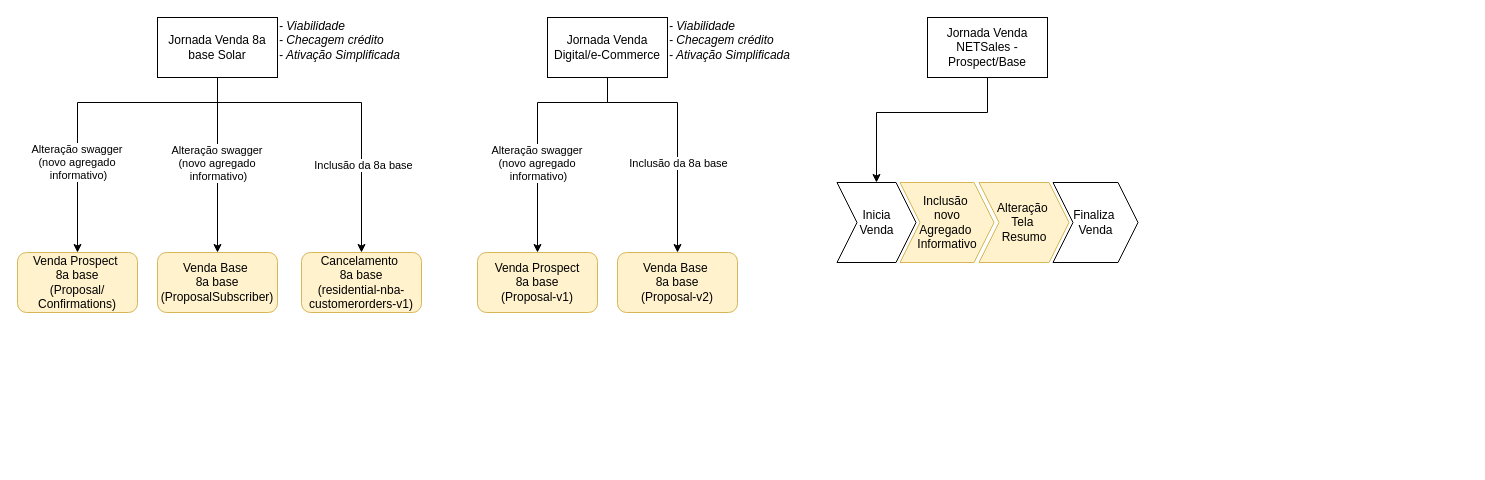
Earlier version of the draw.io diagram 129734 - FWA em Áreas não Cabeadas.drawio (samirali/ClaroBrasil). Source tidied: cells renumbered, new cells numbered last; positions are measured from the earlier drawing's top-left corner, leaving out a move shared by most shapes. Both pictures are drawn from the tidied source at 100%, with x=0, y=0 at pixel (17, 17).
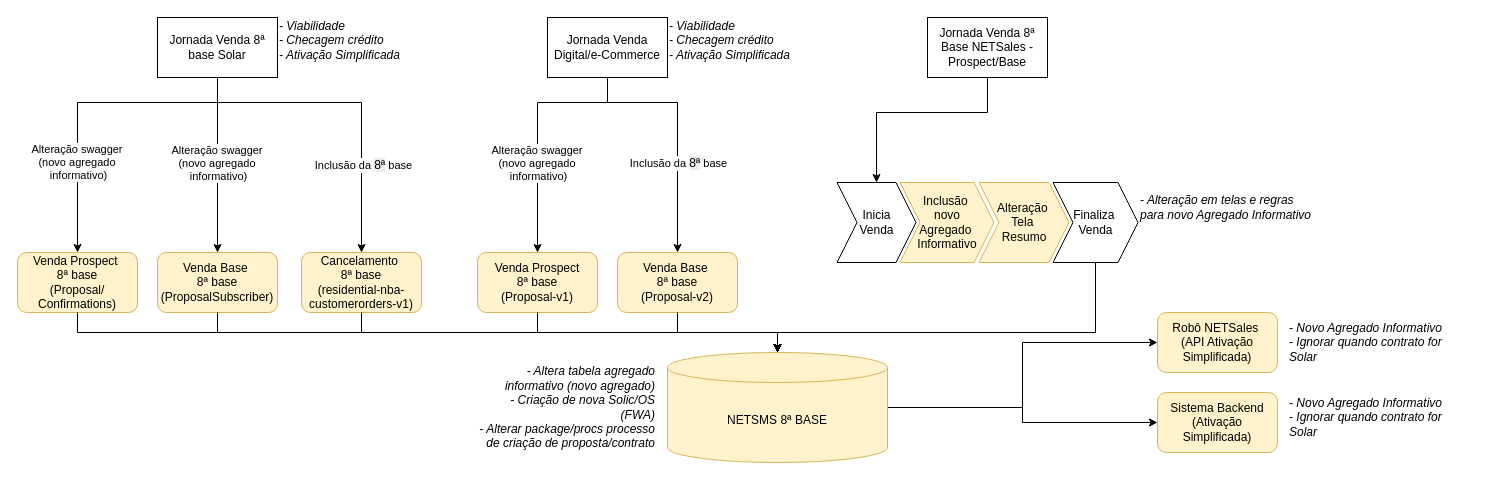
The same diagram, later.

Unchanged cells that the change refers to:
```xml
<mxCell id="6" style="edgeStyle=orthogonalEdgeStyle;rounded=0;jettySize=auto;html=1;entryX=0.5;entryY=0;entryDx=0;entryDy=0;" parent="1" edge="1" source="8" target="16">
  <mxGeometry relative="1" as="geometry">
    <Array as="points">
      <mxPoint x="200" y="85" />
      <mxPoint x="344" y="85" />
    </Array>
  </mxGeometry>
</mxCell>
<mxCell id="27" value="Finaliza&amp;nbsp;&lt;div&gt;Venda&lt;/div&gt;" style="shape=step;perimeter=stepPerimeter;whiteSpace=wrap;html=1;fixedSize=1;" parent="1" vertex="1">
  <mxGeometry x="1035.5" y="165" width="85" height="80" as="geometry" />
</mxCell>
```

The edit, as a diff of the source:
```diff
@@
-    <mxCell id="7" value="Inclusão da 8a base" style="edgeLabel;html=1;align=center;verticalAlign=middle;" parent="6" vertex="1">
+    <mxCell id="7" value="Inclusão da&amp;nbsp;&lt;span style=&quot;font-size: 12px; text-wrap-mode: wrap; background-color: rgb(236, 236, 236);&quot;&gt;8ª&lt;/span&gt;&amp;nbsp;base" style="edgeLabel;html=1;align=center;verticalAlign=middle;" parent="6" vertex="1">
       <mxGeometry x="0.45" y="1" relative="1" as="geometry" />
     </mxCell>
-    <mxCell id="8" value="Jornada Venda 8a base Solar" style="rounded=0;whiteSpace=wrap;html=1;" parent="1" vertex="1">
+    <mxCell id="8" value="Jornada Venda 8ª base Solar" style="rounded=0;whiteSpace=wrap;html=1;" parent="1" vertex="1">
       <mxGeometry x="140" width="120" height="60" as="geometry" />
     </mxCell>
@@
-    <mxCell id="13" value="Jornada Venda NETSales - Prospect/Base" style="rounded=0;whiteSpace=wrap;html=1;" parent="1" vertex="1">
+    <mxCell id="13" value="Jornada Venda 8ª Base&amp;nbsp;NETSales - Prospect/Base" style="rounded=0;whiteSpace=wrap;html=1;" parent="1" vertex="1">
       <mxGeometry x="910" width="120" height="60" as="geometry" />
     </mxCell>
-    <mxCell id="14" value="&lt;div&gt;Venda Prospect&amp;nbsp;&lt;/div&gt;&lt;div&gt;8a base&lt;/div&gt;(Proposal/&lt;div&gt;Confirmations)&lt;/div&gt;" style="rounded=1;whiteSpace=wrap;html=1;fillColor=#fff2cc;strokeColor=#d6b656;" parent="1" vertex="1">
+    <mxCell id="14" value="&lt;div&gt;Venda Prospect&amp;nbsp;&lt;/div&gt;&lt;div&gt;&lt;span style=&quot;background-color: transparent; color: light-dark(rgb(0, 0, 0), rgb(255, 255, 255));&quot;&gt;8ª&lt;/span&gt;&amp;nbsp;base&lt;/div&gt;(Proposal/&lt;div&gt;Confirmations)&lt;/div&gt;" style="rounded=1;whiteSpace=wrap;html=1;fillColor=#fff2cc;strokeColor=#d6b656;" parent="1" vertex="1">
       <mxGeometry y="235" width="120" height="60" as="geometry" />
     </mxCell>
-    <mxCell id="15" value="&lt;div&gt;Venda Base&amp;nbsp;&lt;/div&gt;&lt;div&gt;8a base&lt;/div&gt;(ProposalSubscriber)" style="rounded=1;whiteSpace=wrap;html=1;fillColor=#fff2cc;strokeColor=#d6b656;" parent="1" vertex="1">
+    <mxCell id="15" value="&lt;div&gt;Venda Base&amp;nbsp;&lt;/div&gt;&lt;div&gt;&lt;span style=&quot;background-color: transparent; color: light-dark(rgb(0, 0, 0), rgb(255, 255, 255));&quot;&gt;8ª&lt;/span&gt;&amp;nbsp;base&lt;/div&gt;(ProposalSubscriber)" style="rounded=1;whiteSpace=wrap;html=1;fillColor=#fff2cc;strokeColor=#d6b656;" parent="1" vertex="1">
       <mxGeometry x="140" y="235" width="120" height="60" as="geometry" />
     </mxCell>
-    <mxCell id="16" value="&lt;div&gt;Cancelamento&amp;nbsp;&lt;/div&gt;&lt;div&gt;8a base&lt;/div&gt;(&lt;span&gt;residential-nba-customerorders-v1&lt;/span&gt;)" style="rounded=1;whiteSpace=wrap;html=1;fillColor=#fff2cc;strokeColor=#d6b656;" parent="1" vertex="1">
+    <mxCell id="16" value="&lt;div&gt;Cancelamento&amp;nbsp;&lt;/div&gt;&lt;div&gt;&lt;span style=&quot;background-color: transparent; color: light-dark(rgb(0, 0, 0), rgb(255, 255, 255));&quot;&gt;8ª&lt;/span&gt;&amp;nbsp;base&lt;/div&gt;(&lt;span&gt;residential-nba-customerorders-v1&lt;/span&gt;)" style="rounded=1;whiteSpace=wrap;html=1;fillColor=#fff2cc;strokeColor=#d6b656;" parent="1" vertex="1">
       <mxGeometry x="284" y="235" width="120" height="60" as="geometry" />
     </mxCell>
@@
-    <mxCell id="19" value="&lt;div&gt;Venda Prospect&lt;/div&gt;&lt;div&gt;8a base&lt;/div&gt;(Proposal-v1&lt;span style=&quot;background-color: transparent; color: light-dark(rgb(0, 0, 0), rgb(255, 255, 255));&quot;&gt;)&lt;/span&gt;" style="rounded=1;whiteSpace=wrap;html=1;fillColor=#fff2cc;strokeColor=#d6b656;" parent="1" vertex="1">
+    <mxCell id="19" value="&lt;div&gt;Venda Prospect&lt;/div&gt;&lt;div&gt;&lt;span style=&quot;background-color: transparent; color: light-dark(rgb(0, 0, 0), rgb(255, 255, 255));&quot;&gt;8ª&lt;/span&gt;&amp;nbsp;base&lt;/div&gt;(Proposal-v1&lt;span style=&quot;background-color: transparent; color: light-dark(rgb(0, 0, 0), rgb(255, 255, 255));&quot;&gt;)&lt;/span&gt;" style="rounded=1;whiteSpace=wrap;html=1;fillColor=#fff2cc;strokeColor=#d6b656;" parent="1" vertex="1">
       <mxGeometry x="460" y="235" width="120" height="60" as="geometry" />
     </mxCell>
-    <mxCell id="20" value="&lt;div&gt;Venda Base&amp;nbsp;&lt;/div&gt;&lt;div&gt;8a base&lt;/div&gt;(Proposal-v2)" style="rounded=1;whiteSpace=wrap;html=1;fillColor=#fff2cc;strokeColor=#d6b656;" parent="1" vertex="1">
+    <mxCell id="20" value="&lt;div&gt;Venda Base&amp;nbsp;&lt;/div&gt;&lt;div&gt;&lt;span style=&quot;background-color: transparent; color: light-dark(rgb(0, 0, 0), rgb(255, 255, 255));&quot;&gt;8ª&lt;/span&gt;&amp;nbsp;base&lt;/div&gt;(Proposal-v2)" style="rounded=1;whiteSpace=wrap;html=1;fillColor=#fff2cc;strokeColor=#d6b656;" parent="1" vertex="1">
       <mxGeometry x="600" y="235" width="120" height="60" as="geometry" />
     </mxCell>
@@
-    <mxCell id="22" value="Inclusão da 8a base" style="edgeLabel;html=1;align=center;verticalAlign=middle;" parent="1" vertex="1">
+    <mxCell id="22" value="Inclusão da&amp;nbsp;&lt;span style=&quot;font-size: 12px; text-wrap-mode: wrap; background-color: rgb(236, 236, 236);&quot;&gt;8ª&lt;/span&gt;&amp;nbsp;base" style="edgeLabel;html=1;align=center;verticalAlign=middle;" parent="1" vertex="1">
       <mxGeometry x="660" y="145" as="geometry" />
     </mxCell>
@@
+    <mxCell id="28" style="edgeStyle=orthogonalEdgeStyle;rounded=0;jettySize=auto;html=1;" parent="1" edge="1" source="27" target="33">
+      <mxGeometry relative="1" as="geometry">
+        <Array as="points">
+          <mxPoint x="1078" y="315" />
+          <mxPoint x="760" y="315" />
+        </Array>
+      </mxGeometry>
+    </mxCell>
@@
+    <mxCell id="29" value="Robô NETSales&amp;nbsp;&lt;div&gt;(API Ativação Simplificada)&lt;/div&gt;" style="rounded=1;whiteSpace=wrap;html=1;fillColor=#fff2cc;strokeColor=#d6b656;" parent="1" vertex="1">
+      <mxGeometry x="1140" y="295" width="120" height="60" as="geometry" />
+    </mxCell>
+    <mxCell id="30" value="&lt;div&gt;&lt;div style=&quot;&quot;&gt;- Novo Agregado Informativo&lt;/div&gt;&lt;/div&gt;&lt;div style=&quot;&quot;&gt;- Ignorar quando contrato for Solar&lt;/div&gt;" style="text;html=1;whiteSpace=wrap;strokeColor=none;fillColor=none;align=left;verticalAlign=middle;rounded=0;fontStyle=2;" parent="1" vertex="1">
+      <mxGeometry x="1270" y="300" width="180" height="50" as="geometry" />
+    </mxCell>
+    <mxCell id="31" style="edgeStyle=orthogonalEdgeStyle;rounded=0;jettySize=auto;html=1;entryX=0;entryY=0.5;entryDx=0;entryDy=0;" parent="1" edge="1" source="33" target="29">
+      <mxGeometry relative="1" as="geometry" />
+    </mxCell>
+    <mxCell id="32" style="edgeStyle=orthogonalEdgeStyle;rounded=0;jettySize=auto;html=1;entryX=0;entryY=0.5;entryDx=0;entryDy=0;" parent="1" edge="1" source="33" target="36">
+      <mxGeometry relative="1" as="geometry" />
+    </mxCell>
+    <mxCell id="33" value="NETSMS 8ª BASE" style="shape=cylinder3;whiteSpace=wrap;html=1;boundedLbl=1;backgroundOutline=1;size=15;fillColor=#fff2cc;strokeColor=#d6b656;" parent="1" vertex="1">
+      <mxGeometry x="650" y="335" width="220" height="110" as="geometry" />
+    </mxCell>
+    <mxCell id="34" value="&lt;div&gt;&lt;div style=&quot;&quot;&gt;- Altera tabela agregado informativo (novo agregado)&lt;/div&gt;&lt;/div&gt;&lt;div style=&quot;&quot;&gt;- Criação de nova Solic/OS (FWA)&lt;/div&gt;&lt;div style=&quot;&quot;&gt;- Alterar package/procs processo de criação de proposta/contrato&lt;/div&gt;" style="text;html=1;whiteSpace=wrap;strokeColor=none;fillColor=none;align=right;verticalAlign=middle;rounded=0;fontStyle=2;" parent="1" vertex="1">
+      <mxGeometry x="460" y="365" width="180" height="50" as="geometry" />
+    </mxCell>
+    <mxCell id="35" value="&lt;div&gt;&lt;div style=&quot;&quot;&gt;- Alteração em telas e regras para novo Agregado Informativo&lt;/div&gt;&lt;/div&gt;" style="text;html=1;whiteSpace=wrap;strokeColor=none;fillColor=none;align=left;verticalAlign=middle;rounded=0;fontStyle=2;" parent="1" vertex="1">
+      <mxGeometry x="1120.5" y="165" width="180" height="50" as="geometry" />
+    </mxCell>
+    <mxCell id="36" value="Sistema Backend (Ativação Simplificada)" style="rounded=1;whiteSpace=wrap;html=1;fillColor=#fff2cc;strokeColor=#d6b656;" parent="1" vertex="1">
+      <mxGeometry x="1140" y="375" width="120" height="60" as="geometry" />
+    </mxCell>
+    <mxCell id="37" value="&lt;div&gt;&lt;div style=&quot;&quot;&gt;- Novo Agregado Informativo&lt;/div&gt;&lt;/div&gt;&lt;div style=&quot;&quot;&gt;- Ignorar quando contrato for Solar&lt;/div&gt;" style="text;html=1;whiteSpace=wrap;strokeColor=none;fillColor=none;align=left;verticalAlign=middle;rounded=0;fontStyle=2;" parent="1" vertex="1">
+      <mxGeometry x="1270" y="375" width="180" height="50" as="geometry" />
+    </mxCell>
+    <mxCell id="38" style="edgeStyle=orthogonalEdgeStyle;rounded=0;jettySize=auto;html=1;entryX=0.5;entryY=0;entryDx=0;entryDy=0;entryPerimeter=0;" parent="1" edge="1" source="20" target="33">
+      <mxGeometry relative="1" as="geometry" />
+    </mxCell>
+    <mxCell id="39" style="edgeStyle=orthogonalEdgeStyle;rounded=0;jettySize=auto;html=1;entryX=0.5;entryY=0;entryDx=0;entryDy=0;entryPerimeter=0;" parent="1" edge="1" source="19" target="33">
+      <mxGeometry relative="1" as="geometry">
+        <Array as="points">
+          <mxPoint x="520" y="315" />
+          <mxPoint x="760" y="315" />
+        </Array>
+      </mxGeometry>
+    </mxCell>
+    <mxCell id="40" style="edgeStyle=orthogonalEdgeStyle;rounded=0;jettySize=auto;html=1;entryX=0.5;entryY=0;entryDx=0;entryDy=0;entryPerimeter=0;" parent="1" edge="1" source="16" target="33">
+      <mxGeometry relative="1" as="geometry">
+        <Array as="points">
+          <mxPoint x="344" y="315" />
+          <mxPoint x="760" y="315" />
+        </Array>
+      </mxGeometry>
+    </mxCell>
+    <mxCell id="41" style="edgeStyle=orthogonalEdgeStyle;rounded=0;jettySize=auto;html=1;entryX=0.5;entryY=0;entryDx=0;entryDy=0;entryPerimeter=0;" parent="1" edge="1" source="15" target="33">
+      <mxGeometry relative="1" as="geometry">
+        <Array as="points">
+          <mxPoint x="200" y="315" />
+          <mxPoint x="760" y="315" />
+        </Array>
+      </mxGeometry>
+    </mxCell>
+    <mxCell id="42" style="edgeStyle=orthogonalEdgeStyle;rounded=0;jettySize=auto;html=1;entryX=0.5;entryY=0;entryDx=0;entryDy=0;entryPerimeter=0;" parent="1" edge="1" source="14" target="33">
+      <mxGeometry relative="1" as="geometry">
+        <Array as="points">
+          <mxPoint x="60" y="315" />
+          <mxPoint x="760" y="315" />
+        </Array>
+      </mxGeometry>
+    </mxCell>
```
